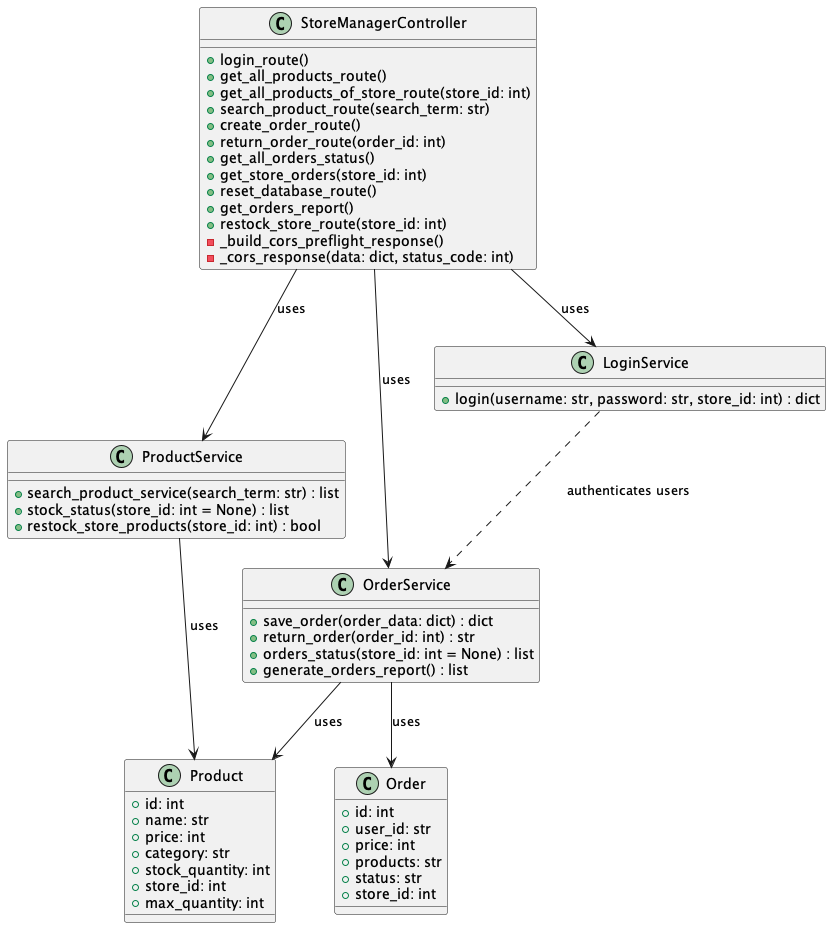
This is out/documentation/UML/Logique/ProjectClasses/ProjectClasses.png from ErwanDerrien/GestionnaireMagasin, a PlantUML export, as it was before one commit.
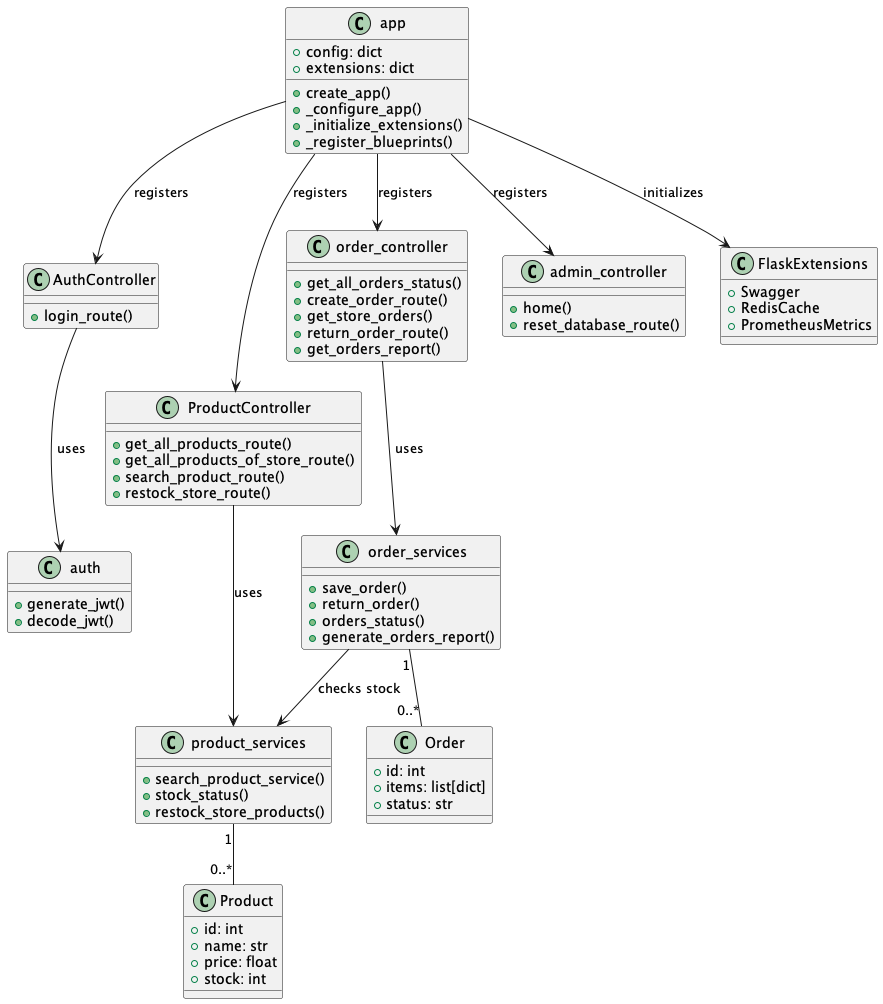
The same file after the commit.

What changed in the source:
```diff
@@ -1,64 +1,88 @@
 @startuml ProjectClasses
+
+class app {
+  +config: dict
+  +extensions: dict
+  +create_app()
+  +_configure_app()
+  +_initialize_extensions()
+  +_register_blueprints()
+}
+
+class AuthController {
+  +login_route()
+}
+
+class ProductController {
+  +get_all_products_route()
+  +get_all_products_of_store_route()
+  +search_product_route()
+  +restock_store_route()
+}
+
+class order_controller {
+  +get_all_orders_status()
+  +create_order_route()
+  +get_store_orders()
+  +return_order_route()
+  +get_orders_report()
+}
+
+class admin_controller {
+  +home()
+  +reset_database_route()
+}
+
+class product_services {
+  +search_product_service()
+  +stock_status()
+  +restock_store_products()
+}
+
+class order_services {
+  +save_order()
+  +return_order()
+  +orders_status()
+  +generate_orders_report()
+}
+
+class auth {
+  +generate_jwt()
+  +decode_jwt()
+}
+
+app --> AuthController : registers
+app --> ProductController : registers
+app --> order_controller : registers
+app --> admin_controller : registers
+
+AuthController --> auth : uses
+ProductController --> product_services : uses
+order_controller --> order_services : uses
+
+product_services "1" -- "0..*" Product
+order_services "1" -- "0..*" Order
+order_services --> product_services : checks stock
 
 class Product {
   +id: int
   +name: str
-  +price: int
-  +category: str
-  +stock_quantity: int
-  +store_id: int
-  +max_quantity: int
+  +price: float
+  +stock: int
 }
 
 class Order {
   +id: int
-  +user_id: str
-  +price: int
-  +products: str
+  +items: list[dict]
   +status: str
-  +store_id: int
 }
 
-class ProductService {
-  +search_product_service(search_term: str) : list
-  +stock_status(store_id: int = None) : list
-  +restock_store_products(store_id: int) : bool
+class FlaskExtensions {
+  +Swagger
+  +RedisCache
+  +PrometheusMetrics
 }
 
-class OrderService {
-  +save_order(order_data: dict) : dict
-  +return_order(order_id: int) : str
-  +orders_status(store_id: int = None) : list
-  +generate_orders_report() : list
-}
-
-class LoginService {
-  +login(username: str, password: str, store_id: int) : dict
-}
-
-class StoreManagerController {
-  +login_route()
-  +get_all_products_route()
-  +get_all_products_of_store_route(store_id: int)
-  +search_product_route(search_term: str)
-  +create_order_route()
-  +return_order_route(order_id: int)
-  +get_all_orders_status()
-  +get_store_orders(store_id: int)
-  +reset_database_route()
-  +get_orders_report()
-  +restock_store_route(store_id: int)
-  -_build_cors_preflight_response()
-  -_cors_response(data: dict, status_code: int)
-}
-
-StoreManagerController --> ProductService : uses
-StoreManagerController --> OrderService : uses
-StoreManagerController --> LoginService : uses
-
-ProductService --> Product : uses
-OrderService --> Order : uses
-OrderService --> Product : uses
-LoginService ..> OrderService : authenticates users
+app --> FlaskExtensions : initializes
 
 @enduml
```
